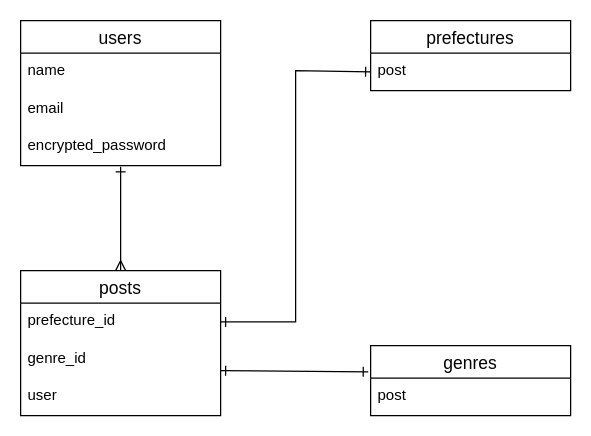
This is ER図.dio from teramitomoki/pref-pics, a draw.io file, before an edit. Source tidied: cells renumbered, new cells numbered last; positions are measured from the earlier drawing's top-left corner, leaving out a move shared by most shapes. Both pictures are drawn from the tidied source at 125%, with x=0, y=0 at pixel (20, 20).
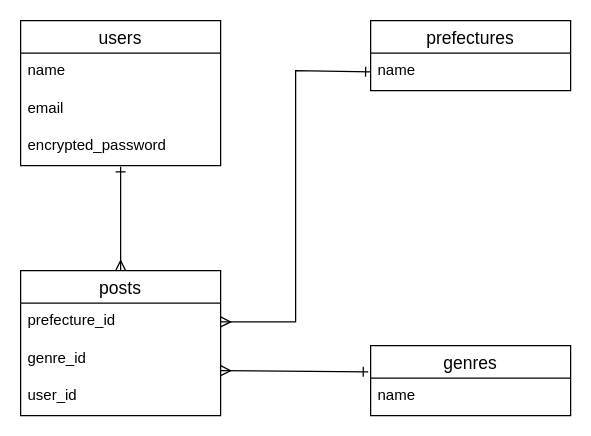
After the change.

Diff of the diagram source:
```diff
@@
 <mxGraphModel>
   <root>
     <mxCell id="0" />
     <mxCell id="1" parent="0" />
     <mxCell id="2" value="users" style="swimlane;fontStyle=0;horizontal=1;startSize=26;align=center;fontSize=14;" parent="1" vertex="1">
       <mxGeometry width="160" height="116" as="geometry" />
     </mxCell>
     <mxCell id="3" value="name" style="text;strokeColor=none;fillColor=none;spacingLeft=4;spacingRight=4;overflow=hidden;fontSize=12;" parent="2" vertex="1">
       <mxGeometry y="26" width="160" height="30" as="geometry" />
     </mxCell>
     <mxCell id="4" value="email" style="text;strokeColor=none;fillColor=none;spacingLeft=4;spacingRight=4;overflow=hidden;fontSize=12;" parent="2" vertex="1">
       <mxGeometry y="56" width="160" height="30" as="geometry" />
     </mxCell>
     <mxCell id="5" value="encrypted_password" style="text;strokeColor=none;fillColor=none;spacingLeft=4;spacingRight=4;overflow=hidden;points=[[0,0.5],[1,0.5]];portConstraint=eastwest;fontSize=12;" parent="2" vertex="1">
       <mxGeometry y="86" width="160" height="30" as="geometry" />
     </mxCell>
     <mxCell id="6" value="posts" style="swimlane;fontStyle=0;horizontal=1;startSize=26;align=center;fontSize=14;" parent="1" vertex="1">
       <mxGeometry y="200" width="160" height="116" as="geometry" />
     </mxCell>
     <mxCell id="7" value="prefecture_id" style="text;strokeColor=none;fillColor=none;spacingLeft=4;spacingRight=4;overflow=hidden;points=[[0,0.5],[1,0.5]];portConstraint=eastwest;fontSize=12;" parent="6" vertex="1">
       <mxGeometry y="26" width="160" height="30" as="geometry" />
     </mxCell>
     <mxCell id="8" value="genre_id" style="text;strokeColor=none;fillColor=none;spacingLeft=4;spacingRight=4;overflow=hidden;points=[[0,0.5],[1,0.5]];portConstraint=eastwest;fontSize=12;" parent="6" vertex="1">
       <mxGeometry y="56" width="160" height="30" as="geometry" />
     </mxCell>
-    <mxCell id="9" value="user" style="text;strokeColor=none;fillColor=none;spacingLeft=4;spacingRight=4;overflow=hidden;fontSize=12;" parent="6" vertex="1">
+    <mxCell id="9" value="user_id" style="text;strokeColor=none;fillColor=none;spacingLeft=4;spacingRight=4;overflow=hidden;fontSize=12;" parent="6" vertex="1">
       <mxGeometry y="86" width="160" height="30" as="geometry" />
     </mxCell>
     <mxCell id="10" value="prefectures" style="swimlane;fontStyle=0;horizontal=1;startSize=26;align=center;fontSize=14;" parent="1" vertex="1">
       <mxGeometry x="280" width="160" height="56" as="geometry" />
     </mxCell>
-    <mxCell id="11" value="post" style="text;strokeColor=none;fillColor=none;spacingLeft=4;spacingRight=4;overflow=hidden;points=[[0,0.5],[1,0.5]];portConstraint=eastwest;fontSize=12;" parent="10" vertex="1">
+    <mxCell id="11" value="name" style="text;strokeColor=none;fillColor=none;spacingLeft=4;spacingRight=4;overflow=hidden;points=[[0,0.5],[1,0.5]];portConstraint=eastwest;fontSize=12;" parent="10" vertex="1">
       <mxGeometry y="26" width="160" height="30" as="geometry" />
     </mxCell>
     <mxCell id="12" value="genres" style="swimlane;fontStyle=0;horizontal=1;startSize=26;align=center;fontSize=14;" parent="1" vertex="1">
       <mxGeometry x="280" y="260" width="160" height="56" as="geometry" />
     </mxCell>
-    <mxCell id="13" value="post" style="text;strokeColor=none;fillColor=none;spacingLeft=4;spacingRight=4;overflow=hidden;fontSize=12;" parent="12" vertex="1">
+    <mxCell id="13" value="name" style="text;strokeColor=none;fillColor=none;spacingLeft=4;spacingRight=4;overflow=hidden;fontSize=12;" parent="12" vertex="1">
       <mxGeometry y="26" width="160" height="30" as="geometry" />
     </mxCell>
     <mxCell id="14" style="endArrow=ERmany;html=1;rounded=0;exitX=0.5;exitY=1.033;exitDx=0;exitDy=0;exitPerimeter=0;entryX=0.5;entryY=0;entryDx=0;entryDy=0;startArrow=ERone;startFill=0;endFill=0;" parent="1" edge="1" source="5" target="6">
       <mxGeometry relative="1" as="geometry" />
     </mxCell>
-    <mxCell id="15" style="endArrow=ERone;html=1;rounded=0;exitX=1;exitY=0.8;exitDx=0;exitDy=0;exitPerimeter=0;entryX=-0.012;entryY=0.375;entryDx=0;entryDy=0;entryPerimeter=0;startArrow=ERone;startFill=0;endFill=0;" parent="1" edge="1" source="8" target="12">
+    <mxCell id="15" style="endArrow=ERone;html=1;rounded=0;exitX=1;exitY=0.8;exitDx=0;exitDy=0;exitPerimeter=0;entryX=-0.012;entryY=0.375;entryDx=0;entryDy=0;entryPerimeter=0;startArrow=ERmany;startFill=0;endFill=0;" parent="1" edge="1" source="8" target="12">
       <mxGeometry relative="1" as="geometry" />
     </mxCell>
-    <mxCell id="16" style="endArrow=ERone;html=1;rounded=0;exitX=1;exitY=0.5;exitDx=0;exitDy=0;entryX=0;entryY=0.5;entryDx=0;entryDy=0;startArrow=ERone;startFill=0;endFill=0;" parent="1" edge="1" source="7" target="11">
+    <mxCell id="16" style="endArrow=ERone;html=1;rounded=0;exitX=1;exitY=0.5;exitDx=0;exitDy=0;entryX=0;entryY=0.5;entryDx=0;entryDy=0;startArrow=ERmany;startFill=0;endFill=0;" parent="1" edge="1" source="7" target="11">
       <mxGeometry relative="1" as="geometry">
         <Array as="points">
           <mxPoint x="220" y="241" />
           <mxPoint x="220" y="40" />
         </Array>
       </mxGeometry>
     </mxCell>
   </root>
 </mxGraphModel>
```
